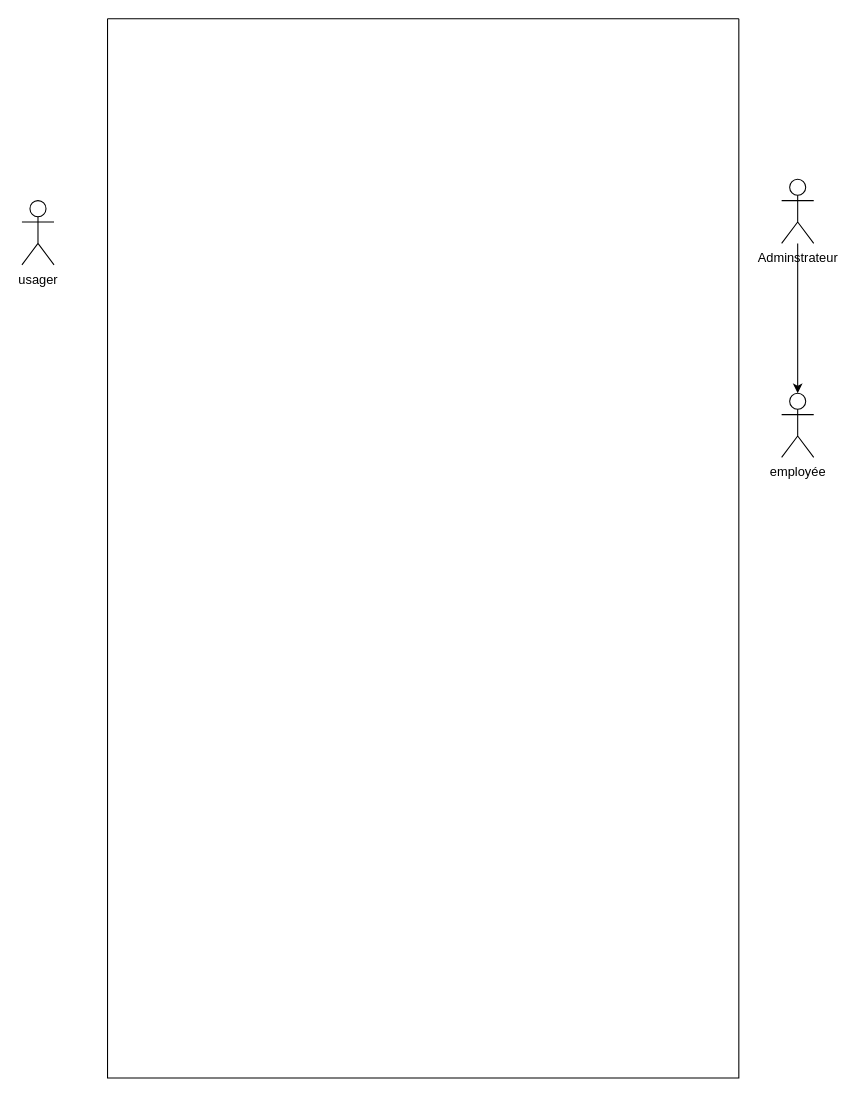
Lefhar/cda keeps this draw.io diagram as fil_rouge/UML/cas_d_utilisation.drawio. Above is the earlier version. Source tidied: cells renumbered, new cells numbered last; positions are measured from the earlier drawing's top-left corner, leaving out a move shared by most shapes. Both pictures are drawn from the tidied source at 107%, with x=0, y=0 at pixel (21, 18).
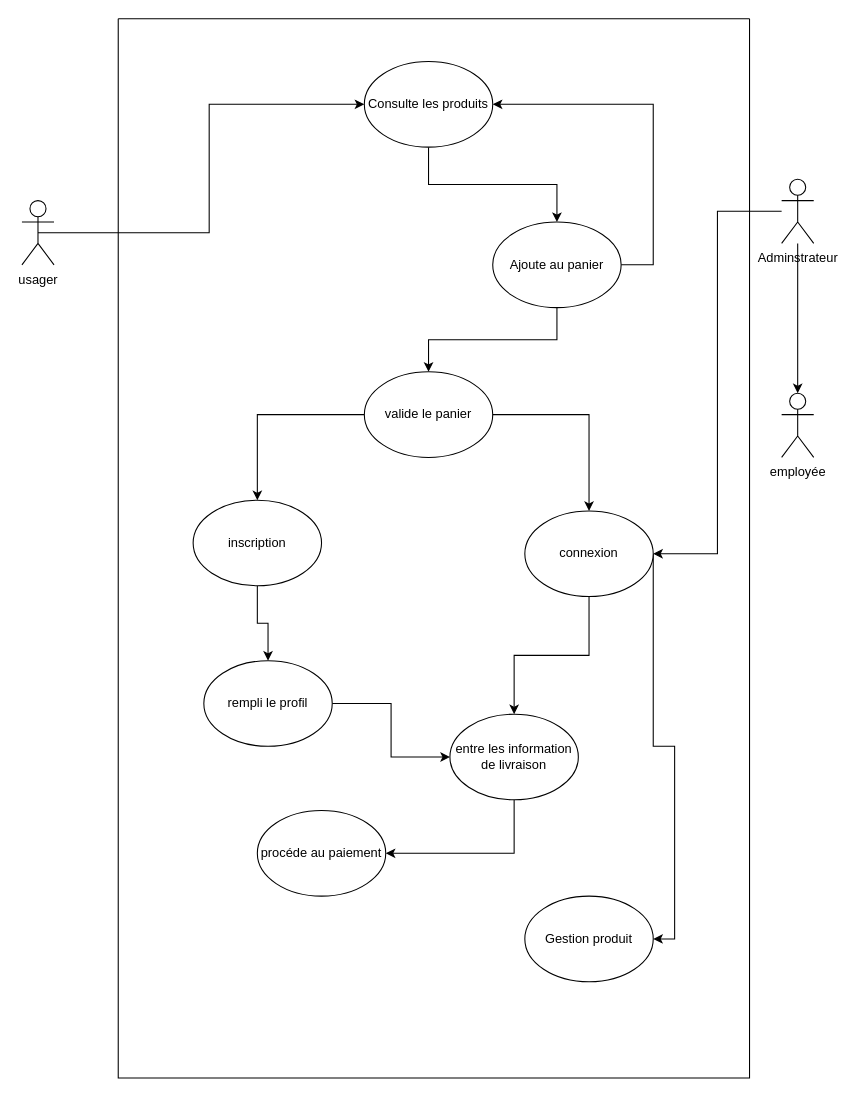
Above is the later version.

Commit message:
mise à jour

Unchanged cells that the change refers to:
```xml
<mxCell id="2" value="usager" style="shape=umlActor;verticalLabelPosition=bottom;verticalAlign=top;html=1;outlineConnect=0;" parent="1" vertex="1">
  <mxGeometry y="170" width="30" height="60" as="geometry" />
</mxCell>
<mxCell id="6" value="Adminstrateur" style="shape=umlActor;verticalLabelPosition=bottom;verticalAlign=top;html=1;outlineConnect=0;" parent="1" vertex="1">
  <mxGeometry x="710" y="150" width="30" height="60" as="geometry" />
</mxCell>
```

Diff of the diagram source:
```diff
@@
+    <mxCell id="7" style="edgeStyle=orthogonalEdgeStyle;rounded=0;jettySize=auto;html=1;exitX=0.5;exitY=0.5;exitDx=0;exitDy=0;exitPerimeter=0;entryX=0;entryY=0.5;entryDx=0;entryDy=0;" parent="1" edge="1" source="2" target="9">
+      <mxGeometry relative="1" as="geometry" />
+    </mxCell>
@@
     <mxCell id="3" style="swimlane;startSize=0;" parent="1" vertex="1">
-      <mxGeometry x="80" width="590" height="990" as="geometry" />
+      <mxGeometry x="90" width="590" height="990" as="geometry" />
     </mxCell>
+    <mxCell id="8" style="edgeStyle=orthogonalEdgeStyle;rounded=0;jettySize=auto;html=1;entryX=0.5;entryY=0;entryDx=0;entryDy=0;" parent="3" edge="1" source="9" target="12">
+      <mxGeometry relative="1" as="geometry" />
+    </mxCell>
+    <mxCell id="9" value="Consulte les produits" style="ellipse;whiteSpace=wrap;html=1;" parent="3" vertex="1">
+      <mxGeometry x="230" y="40" width="120" height="80" as="geometry" />
+    </mxCell>
+    <mxCell id="10" style="edgeStyle=orthogonalEdgeStyle;rounded=0;jettySize=auto;html=1;entryX=1;entryY=0.5;entryDx=0;entryDy=0;" parent="3" edge="1" source="12" target="9">
+      <mxGeometry relative="1" as="geometry">
+        <Array as="points">
+          <mxPoint x="500" y="230" />
+          <mxPoint x="500" y="80" />
+        </Array>
+      </mxGeometry>
+    </mxCell>
+    <mxCell id="11" style="edgeStyle=orthogonalEdgeStyle;rounded=0;jettySize=auto;html=1;entryX=0.5;entryY=0;entryDx=0;entryDy=0;" parent="3" edge="1" source="12" target="14">
+      <mxGeometry relative="1" as="geometry" />
+    </mxCell>
+    <mxCell id="12" value="Ajoute au panier" style="ellipse;whiteSpace=wrap;html=1;" parent="3" vertex="1">
+      <mxGeometry x="350" y="190" width="120" height="80" as="geometry" />
+    </mxCell>
+    <mxCell id="13" style="edgeStyle=orthogonalEdgeStyle;rounded=0;jettySize=auto;html=1;entryX=0.5;entryY=0;entryDx=0;entryDy=0;" parent="3" edge="1" source="14" target="16">
+      <mxGeometry relative="1" as="geometry" />
+    </mxCell>
+    <mxCell id="14" value="valide le panier" style="ellipse;whiteSpace=wrap;html=1;" parent="3" vertex="1">
+      <mxGeometry x="230" y="330" width="120" height="80" as="geometry" />
+    </mxCell>
+    <mxCell id="15" style="edgeStyle=orthogonalEdgeStyle;rounded=0;jettySize=auto;html=1;" parent="3" edge="1" source="16" target="18">
+      <mxGeometry relative="1" as="geometry" />
+    </mxCell>
+    <mxCell id="16" value="inscription" style="ellipse;whiteSpace=wrap;html=1;" parent="3" vertex="1">
+      <mxGeometry x="70" y="450" width="120" height="80" as="geometry" />
+    </mxCell>
+    <mxCell id="17" style="edgeStyle=orthogonalEdgeStyle;rounded=0;jettySize=auto;html=1;" parent="3" edge="1" source="18" target="20">
+      <mxGeometry relative="1" as="geometry" />
+    </mxCell>
+    <mxCell id="18" value="rempli le profil" style="ellipse;whiteSpace=wrap;html=1;" parent="3" vertex="1">
+      <mxGeometry x="80" y="600" width="120" height="80" as="geometry" />
+    </mxCell>
+    <mxCell id="19" style="edgeStyle=orthogonalEdgeStyle;rounded=0;jettySize=auto;html=1;" parent="3" edge="1" source="20" target="21">
+      <mxGeometry relative="1" as="geometry">
+        <Array as="points">
+          <mxPoint x="370" y="780" />
+        </Array>
+      </mxGeometry>
+    </mxCell>
+    <mxCell id="20" value="entre les information de livraison" style="ellipse;whiteSpace=wrap;html=1;" parent="3" vertex="1">
+      <mxGeometry x="310" y="650" width="120" height="80" as="geometry" />
+    </mxCell>
+    <mxCell id="21" value="procéde au paiement" style="ellipse;whiteSpace=wrap;html=1;" parent="3" vertex="1">
+      <mxGeometry x="130" y="740" width="120" height="80" as="geometry" />
+    </mxCell>
+    <mxCell id="22" value="Gestion produit" style="ellipse;whiteSpace=wrap;html=1;" parent="3" vertex="1">
+      <mxGeometry x="380" y="820" width="120" height="80" as="geometry" />
+    </mxCell>
@@
+    <mxCell id="23" style="edgeStyle=orthogonalEdgeStyle;rounded=0;jettySize=auto;html=1;entryX=1;entryY=0.5;entryDx=0;entryDy=0;" parent="1" edge="1" source="6" target="26">
+      <mxGeometry relative="1" as="geometry" />
+    </mxCell>
@@
+    <mxCell id="24" style="edgeStyle=orthogonalEdgeStyle;rounded=0;jettySize=auto;html=1;" parent="1" edge="1" source="26" target="20">
+      <mxGeometry relative="1" as="geometry" />
+    </mxCell>
+    <mxCell id="25" style="edgeStyle=orthogonalEdgeStyle;rounded=0;jettySize=auto;html=1;entryX=1;entryY=0.5;entryDx=0;entryDy=0;" parent="1" edge="1" source="26" target="22">
+      <mxGeometry relative="1" as="geometry">
+        <Array as="points">
+          <mxPoint x="590" y="680" />
+          <mxPoint x="610" y="680" />
+          <mxPoint x="610" y="860" />
+        </Array>
+      </mxGeometry>
+    </mxCell>
+    <mxCell id="26" value="connexion" style="ellipse;whiteSpace=wrap;html=1;" parent="1" vertex="1">
+      <mxGeometry x="470" y="460" width="120" height="80" as="geometry" />
+    </mxCell>
+    <mxCell id="27" style="edgeStyle=orthogonalEdgeStyle;rounded=0;jettySize=auto;html=1;" parent="1" edge="1" source="14" target="26">
+      <mxGeometry relative="1" as="geometry" />
+    </mxCell>
```
